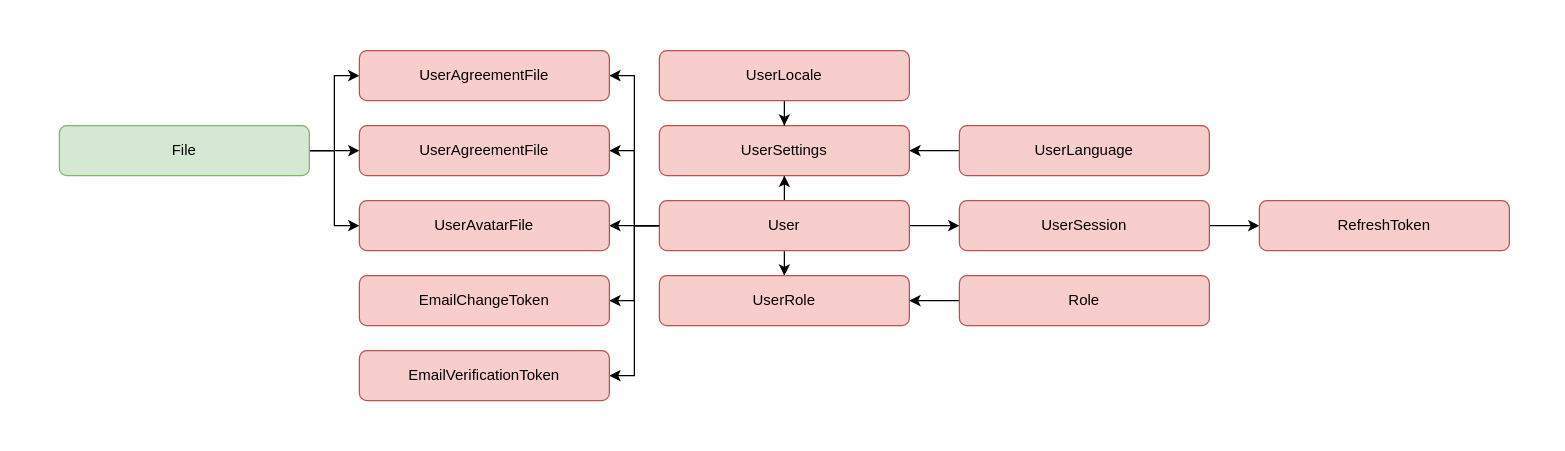
Before: page "DB" (1 of 4) of docs.drawio in UlfSct/bench_be_app, a draw.io diagram. Source tidied: cells renumbered, new cells numbered last; positions are measured from the earlier drawing's top-left corner, leaving out a move shared by most shapes. Both pictures are drawn from the tidied source at 125%, with x=0, y=0 at pixel (59, 50).
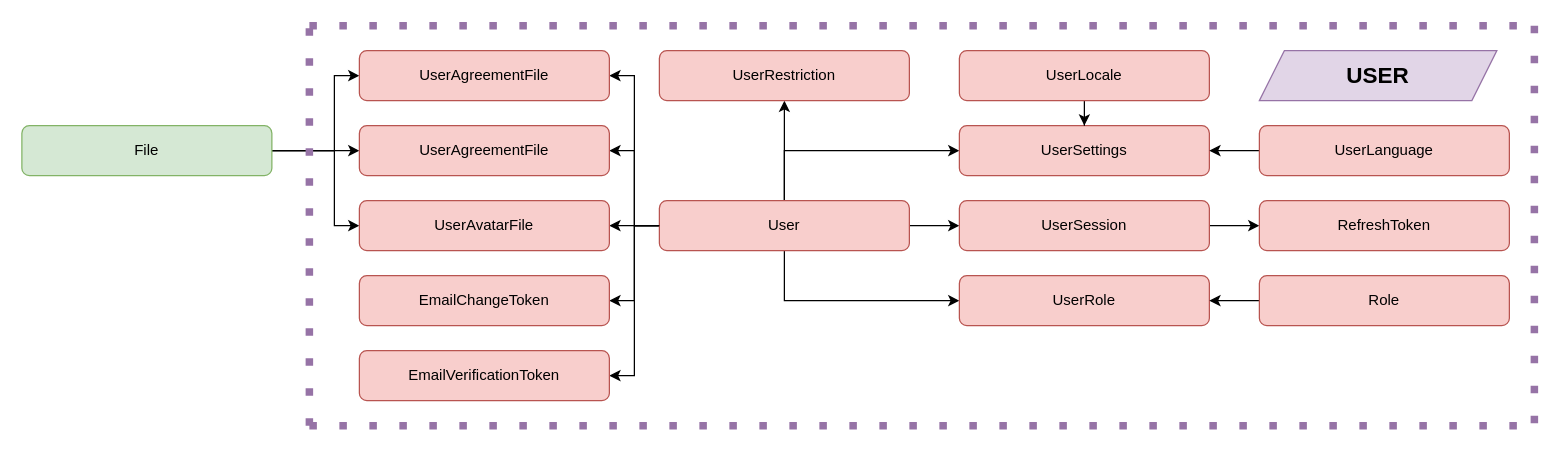
The same diagram, later.

Commit message:
feat(docs): чуть поправил доки

Unchanged cells that the change refers to:
```xml
<mxCell id="9" value="User" style="rounded=1;whiteSpace=wrap;html=1;roundedPerimeter=1;fillColor=#f8cecc;strokeColor=#b85450;" parent="1" vertex="1">
  <mxGeometry x="480" y="120" width="200" height="40" as="geometry" />
</mxCell>
<mxCell id="28" value="UserAvatarFile" style="rounded=1;whiteSpace=wrap;html=1;roundedPerimeter=1;fillColor=#f8cecc;strokeColor=#b85450;" parent="1" vertex="1">
  <mxGeometry x="240" y="120" width="200" height="40" as="geometry" />
</mxCell>
<mxCell id="30" value="UserAgreementFile" style="rounded=1;whiteSpace=wrap;html=1;roundedPerimeter=1;fillColor=#f8cecc;strokeColor=#b85450;" parent="1" vertex="1">
  <mxGeometry x="240" width="200" height="40" as="geometry" />
</mxCell>
```

What changed in the source:
```diff
@@
-    <mxCell id="2" style="edgeStyle=orthogonalEdgeStyle;rounded=0;jettySize=auto;html=1;entryX=0.5;entryY=0;entryDx=0;entryDy=0;" parent="1" edge="1" source="9" target="10">
-      <mxGeometry relative="1" as="geometry" />
+    <mxCell id="2" style="edgeStyle=orthogonalEdgeStyle;rounded=0;jettySize=auto;html=1;entryX=0;entryY=0.5;entryDx=0;entryDy=0;" parent="1" edge="1" source="9" target="10">
+      <mxGeometry relative="1" as="geometry">
+        <Array as="points">
+          <mxPoint x="580" y="200" />
+        </Array>
+      </mxGeometry>
     </mxCell>
-    <mxCell id="3" style="edgeStyle=orthogonalEdgeStyle;rounded=0;jettySize=auto;html=1;entryX=0.5;entryY=1;entryDx=0;entryDy=0;" parent="1" edge="1" source="9" target="11">
-      <mxGeometry relative="1" as="geometry" />
+    <mxCell id="3" style="edgeStyle=orthogonalEdgeStyle;rounded=0;jettySize=auto;html=1;entryX=0;entryY=0.5;entryDx=0;entryDy=0;" parent="1" edge="1" source="9" target="11">
+      <mxGeometry relative="1" as="geometry">
+        <Array as="points">
+          <mxPoint x="580" y="80" />
+        </Array>
+      </mxGeometry>
     </mxCell>
@@
+    <mxCell id="31" style="edgeStyle=orthogonalEdgeStyle;rounded=0;jettySize=auto;html=1;entryX=0.5;entryY=1;entryDx=0;entryDy=0;" parent="1" edge="1" source="9" target="32">
+      <mxGeometry relative="1" as="geometry" />
+    </mxCell>
@@
     <mxCell id="10" value="UserRole" style="rounded=1;whiteSpace=wrap;html=1;roundedPerimeter=1;fillColor=#f8cecc;strokeColor=#b85450;" parent="1" vertex="1">
-      <mxGeometry x="480" y="180" width="200" height="40" as="geometry" />
+      <mxGeometry x="720" y="180" width="200" height="40" as="geometry" />
     </mxCell>
     <mxCell id="11" value="UserSettings" style="rounded=1;whiteSpace=wrap;html=1;roundedPerimeter=1;fillColor=#f8cecc;strokeColor=#b85450;" parent="1" vertex="1">
-      <mxGeometry x="480" y="60" width="200" height="40" as="geometry" />
+      <mxGeometry x="720" y="60" width="200" height="40" as="geometry" />
     </mxCell>
@@
     <mxCell id="13" value="UserLocale" style="rounded=1;whiteSpace=wrap;html=1;roundedPerimeter=1;fillColor=#f8cecc;strokeColor=#b85450;" parent="1" vertex="1">
-      <mxGeometry x="480" width="200" height="40" as="geometry" />
+      <mxGeometry x="720" width="200" height="40" as="geometry" />
     </mxCell>
@@
     <mxCell id="15" value="UserLanguage" style="rounded=1;whiteSpace=wrap;html=1;roundedPerimeter=1;fillColor=#f8cecc;strokeColor=#b85450;" parent="1" vertex="1">
-      <mxGeometry x="720" y="60" width="200" height="40" as="geometry" />
+      <mxGeometry x="960" y="60" width="200" height="40" as="geometry" />
     </mxCell>
@@
     <mxCell id="21" value="Role" style="rounded=1;whiteSpace=wrap;html=1;roundedPerimeter=1;fillColor=#f8cecc;strokeColor=#b85450;" parent="1" vertex="1">
-      <mxGeometry x="720" y="180" width="200" height="40" as="geometry" />
+      <mxGeometry x="960" y="180" width="200" height="40" as="geometry" />
     </mxCell>
@@
     <mxCell id="24" style="edgeStyle=orthogonalEdgeStyle;rounded=0;jettySize=auto;html=1;entryX=0;entryY=0.5;entryDx=0;entryDy=0;" parent="1" edge="1" source="27" target="28">
-      <mxGeometry relative="1" as="geometry" />
+      <mxGeometry relative="1" as="geometry">
+        <Array as="points">
+          <mxPoint x="220" y="80" />
+          <mxPoint x="220" y="140" />
+        </Array>
+      </mxGeometry>
     </mxCell>
@@
     <mxCell id="26" style="edgeStyle=orthogonalEdgeStyle;rounded=0;jettySize=auto;html=1;entryX=0;entryY=0.5;entryDx=0;entryDy=0;" parent="1" edge="1" source="27" target="30">
-      <mxGeometry relative="1" as="geometry" />
+      <mxGeometry relative="1" as="geometry">
+        <Array as="points">
+          <mxPoint x="220" y="80" />
+          <mxPoint x="220" y="20" />
+        </Array>
+      </mxGeometry>
     </mxCell>
     <mxCell id="27" value="File" style="rounded=1;whiteSpace=wrap;html=1;roundedPerimeter=1;fillColor=#d5e8d4;strokeColor=#82b366;" parent="1" vertex="1">
-      <mxGeometry y="60" width="200" height="40" as="geometry" />
+      <mxGeometry x="-30" y="60" width="200" height="40" as="geometry" />
     </mxCell>
@@
+    <mxCell id="32" value="UserRestriction" style="rounded=1;whiteSpace=wrap;html=1;roundedPerimeter=1;fillColor=#f8cecc;strokeColor=#b85450;" parent="1" vertex="1">
+      <mxGeometry x="480" width="200" height="40" as="geometry" />
+    </mxCell>
+    <mxCell id="33" style="endArrow=none;dashed=1;html=1;dashPattern=1 3;strokeWidth=6;rounded=0;fillColor=#e1d5e7;strokeColor=#9673a6;" parent="1" edge="1">
+      <mxGeometry relative="1" as="geometry">
+        <mxPoint x="200" y="-20" as="sourcePoint" />
+        <mxPoint x="1183.2" y="-20" as="targetPoint" />
+      </mxGeometry>
+    </mxCell>
+    <mxCell id="34" style="endArrow=none;dashed=1;html=1;dashPattern=1 3;strokeWidth=6;rounded=0;fillColor=#e1d5e7;strokeColor=#9673a6;" parent="1" edge="1">
+      <mxGeometry relative="1" as="geometry">
+        <mxPoint x="1180" y="-20" as="sourcePoint" />
+        <mxPoint x="1180" y="300" as="targetPoint" />
+      </mxGeometry>
+    </mxCell>
+    <mxCell id="35" style="endArrow=none;dashed=1;html=1;dashPattern=1 3;strokeWidth=6;rounded=0;fillColor=#e1d5e7;strokeColor=#9673a6;" parent="1" edge="1">
+      <mxGeometry relative="1" as="geometry">
+        <mxPoint x="200" y="300" as="sourcePoint" />
+        <mxPoint x="1180" y="300" as="targetPoint" />
+      </mxGeometry>
+    </mxCell>
+    <mxCell id="36" style="endArrow=none;dashed=1;html=1;dashPattern=1 3;strokeWidth=6;rounded=0;fillColor=#e1d5e7;strokeColor=#9673a6;" parent="1" edge="1">
+      <mxGeometry relative="1" as="geometry">
+        <mxPoint x="200" y="300" as="sourcePoint" />
+        <mxPoint x="200" y="-20" as="targetPoint" />
+      </mxGeometry>
+    </mxCell>
+    <mxCell id="37" value="&lt;b&gt;&lt;font style=&quot;font-size: 18px;&quot;&gt;USER&lt;/font&gt;&lt;/b&gt;" style="shape=parallelogram;perimeter=parallelogramPerimeter;whiteSpace=wrap;html=1;fixedSize=1;fillColor=#e1d5e7;strokeColor=#9673a6;" parent="1" vertex="1">
+      <mxGeometry x="960" width="190" height="40" as="geometry" />
+    </mxCell>
```
